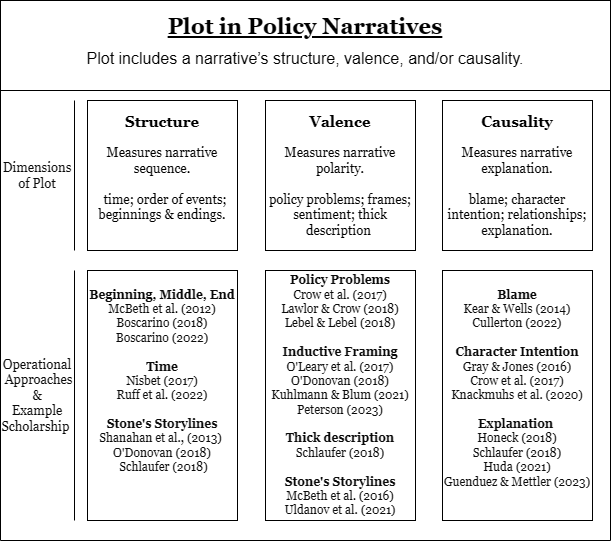
Above: figures/Figure 4_Transparent.png in JonRuffpolicy/NPF-plot-concepts-2025 (draw.io), before the change. Source tidied: cells renumbered, new cells last; positions are measured from the earlier drawing's top-left corner, leaving out a move shared by most shapes.
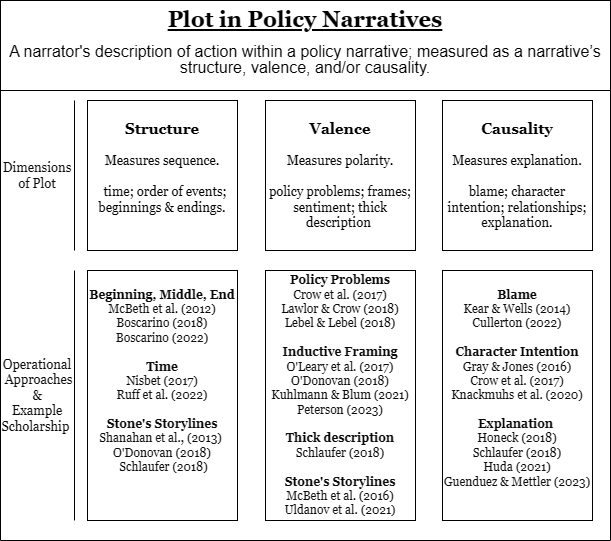
The same diagram one commit later.

What changed in the source:
```diff
@@ -5,16 +5,16 @@
     <mxCell id="2" style="swimlane;html=1;startSize=0;horizontal=1;containerType=tree;glass=0;" parent="1" vertex="1">
       <mxGeometry width="610" height="540" as="geometry" />
     </mxCell>
-    <mxCell id="3" value="&lt;p style=&quot;line-height: 100%;&quot;&gt;&lt;b style=&quot;font-size: 22px; font-family: Georgia; background-color: initial;&quot;&gt;&lt;u&gt;Plot in Policy Narratives&lt;/u&gt;&lt;/b&gt;&lt;br&gt;&lt;/p&gt;&lt;p style=&quot;line-height: 100%; font-size: 14px;&quot;&gt;&lt;span style=&quot;font-size:12.0pt;line-height:107%;&amp;lt;br/&amp;gt;font-family:&amp;quot;Cambria&amp;quot;,serif;mso-fareast-font-family:Calibri;mso-fareast-theme-font:&amp;lt;br/&amp;gt;minor-latin;mso-bidi-font-family:Calibri;mso-bidi-theme-font:minor-latin;&amp;lt;br/&amp;gt;mso-ansi-language:EN-US;mso-fareast-language:EN-US;mso-bidi-language:AR-SA&quot;&gt;Plot includes a narrative’s structure, valence, and/or causality.&lt;/span&gt;&lt;/p&gt;&lt;p&gt;&lt;/p&gt;" style="rounded=0;whiteSpace=wrap;html=1;fillColor=none;" parent="2" vertex="1">
+    <mxCell id="3" value="&lt;p style=&quot;line-height: 100%;&quot;&gt;&lt;b style=&quot;font-size: 22px; font-family: Georgia; background-color: initial;&quot;&gt;&lt;u&gt;Plot in Policy Narratives&lt;/u&gt;&lt;/b&gt;&lt;br&gt;&lt;/p&gt;&lt;p style=&quot;line-height: 100%; font-size: 14px;&quot;&gt;&lt;span style=&quot;font-size:12.0pt;line-height:107%;&amp;lt;br/&amp;gt;font-family:&amp;quot;Cambria&amp;quot;,serif;mso-fareast-font-family:Calibri;mso-fareast-theme-font:&amp;lt;br/&amp;gt;minor-latin;mso-bidi-font-family:Calibri;mso-bidi-theme-font:minor-latin;&amp;lt;br/&amp;gt;mso-ansi-language:EN-US;mso-fareast-language:EN-US;mso-bidi-language:AR-SA&quot;&gt;A narrator's description of action within a policy narrative;&lt;/span&gt;&lt;span style=&quot;background-color: transparent; color: light-dark(rgb(0, 0, 0), rgb(255, 255, 255)); font-size: 12pt;&quot;&gt;&amp;nbsp;measured as a narrative’s structure, valence, and/or causality.&lt;/span&gt;&lt;/p&gt;&lt;p&gt;&lt;/p&gt;" style="rounded=0;whiteSpace=wrap;html=1;fillColor=none;" parent="2" vertex="1">
       <mxGeometry width="610" height="90" as="geometry" />
     </mxCell>
-    <mxCell id="4" value="&lt;font style=&quot;&quot; face=&quot;Georgia&quot;&gt;&lt;b style=&quot;&quot;&gt;&lt;font style=&quot;font-size: 15px;&quot;&gt;Structure&lt;/font&gt;&lt;br&gt;&lt;/b&gt;&lt;br&gt;&lt;span style=&quot;font-size: 13px;&quot;&gt;Measures narrative sequence.&lt;/span&gt;&lt;/font&gt;&lt;div&gt;&lt;font face=&quot;Georgia&quot;&gt;&lt;span style=&quot;font-size: 13px;&quot;&gt;&lt;br&gt;&lt;/span&gt;&lt;/font&gt;&lt;div&gt;&lt;font style=&quot;font-size: 13px;&quot; face=&quot;Georgia&quot;&gt;&amp;nbsp; time; order of events; beginnings &amp;amp; endings.&lt;/font&gt;&lt;/div&gt;&lt;/div&gt;&lt;div&gt;&lt;font style=&quot;font-size: 13px;&quot; face=&quot;Georgia&quot;&gt;&lt;br&gt;&lt;/font&gt;&lt;/div&gt;" style="whiteSpace=wrap;html=1;fontSize=12;fillColor=none;" parent="2" vertex="1">
+    <mxCell id="4" value="&lt;font style=&quot;&quot; face=&quot;Georgia&quot;&gt;&lt;b style=&quot;&quot;&gt;&lt;font style=&quot;font-size: 15px;&quot;&gt;Structure&lt;/font&gt;&lt;br&gt;&lt;/b&gt;&lt;br&gt;&lt;span style=&quot;font-size: 13px;&quot;&gt;Measures sequence.&lt;/span&gt;&lt;/font&gt;&lt;div&gt;&lt;font face=&quot;Georgia&quot;&gt;&lt;span style=&quot;font-size: 13px;&quot;&gt;&lt;br&gt;&lt;/span&gt;&lt;/font&gt;&lt;div&gt;&lt;font style=&quot;font-size: 13px;&quot; face=&quot;Georgia&quot;&gt;&amp;nbsp; time; order of events; beginnings &amp;amp; endings.&lt;/font&gt;&lt;/div&gt;&lt;/div&gt;&lt;div&gt;&lt;font style=&quot;font-size: 13px;&quot; face=&quot;Georgia&quot;&gt;&lt;br&gt;&lt;/font&gt;&lt;/div&gt;" style="whiteSpace=wrap;html=1;fontSize=12;fillColor=none;" parent="2" vertex="1">
       <mxGeometry x="87" y="100" width="150" height="150" as="geometry" />
     </mxCell>
-    <mxCell id="5" value="&lt;font style=&quot;&quot; face=&quot;Georgia&quot;&gt;&lt;b style=&quot;&quot;&gt;&lt;font style=&quot;font-size: 15px;&quot;&gt;Valence&lt;/font&gt;&lt;br&gt;&lt;/b&gt;&lt;br&gt;&lt;span style=&quot;font-size: 13px;&quot;&gt;Measures narrative polarity.&lt;/span&gt;&lt;/font&gt;&lt;div&gt;&lt;font style=&quot;font-size: 13px;&quot; face=&quot;Georgia&quot;&gt;&lt;br&gt;&lt;/font&gt;&lt;/div&gt;&lt;div&gt;&lt;font style=&quot;font-size: 13px;&quot; face=&quot;Georgia&quot;&gt;policy problems; frames; sentiment; thick description&amp;nbsp;&lt;/font&gt;&lt;/div&gt;" style="whiteSpace=wrap;html=1;fontSize=12;fillColor=none;" parent="2" vertex="1">
+    <mxCell id="5" value="&lt;font style=&quot;&quot; face=&quot;Georgia&quot;&gt;&lt;b style=&quot;&quot;&gt;&lt;font style=&quot;font-size: 15px;&quot;&gt;Valence&lt;/font&gt;&lt;br&gt;&lt;/b&gt;&lt;br&gt;&lt;span style=&quot;font-size: 13px;&quot;&gt;Measures polarity.&lt;/span&gt;&lt;/font&gt;&lt;div&gt;&lt;font style=&quot;font-size: 13px;&quot; face=&quot;Georgia&quot;&gt;&lt;br&gt;&lt;/font&gt;&lt;/div&gt;&lt;div&gt;&lt;font style=&quot;font-size: 13px;&quot; face=&quot;Georgia&quot;&gt;policy problems; frames; sentiment; thick description&amp;nbsp;&lt;/font&gt;&lt;/div&gt;" style="whiteSpace=wrap;html=1;fontSize=12;fillColor=none;" parent="2" vertex="1">
       <mxGeometry x="265" y="100" width="150" height="150" as="geometry" />
     </mxCell>
-    <mxCell id="6" value="&lt;font style=&quot;&quot; face=&quot;Georgia&quot;&gt;&lt;b style=&quot;&quot;&gt;&lt;font style=&quot;font-size: 15px;&quot;&gt;Causality&lt;/font&gt;&lt;br&gt;&lt;/b&gt;&lt;br&gt;&lt;span style=&quot;font-size: 13px;&quot;&gt;Measures narrative explanation.&lt;/span&gt;&lt;/font&gt;&lt;div&gt;&lt;font style=&quot;font-size: 13px;&quot; face=&quot;Georgia&quot;&gt;&lt;br&gt;&lt;/font&gt;&lt;/div&gt;&lt;div&gt;&lt;font style=&quot;font-size: 13px;&quot; face=&quot;Georgia&quot;&gt;blame; character intention; relationships; explanation.&lt;/font&gt;&lt;/div&gt;" style="whiteSpace=wrap;html=1;fontSize=12;fillColor=none;" parent="2" vertex="1">
+    <mxCell id="6" value="&lt;font style=&quot;&quot; face=&quot;Georgia&quot;&gt;&lt;b style=&quot;&quot;&gt;&lt;font style=&quot;font-size: 15px;&quot;&gt;Causality&lt;/font&gt;&lt;br&gt;&lt;/b&gt;&lt;br&gt;&lt;span style=&quot;font-size: 13px;&quot;&gt;Measures explanation.&lt;/span&gt;&lt;/font&gt;&lt;div&gt;&lt;font style=&quot;font-size: 13px;&quot; face=&quot;Georgia&quot;&gt;&lt;br&gt;&lt;/font&gt;&lt;/div&gt;&lt;div&gt;&lt;font style=&quot;font-size: 13px;&quot; face=&quot;Georgia&quot;&gt;blame; character intention; relationships; explanation.&lt;/font&gt;&lt;/div&gt;" style="whiteSpace=wrap;html=1;fontSize=12;fillColor=none;" parent="2" vertex="1">
       <mxGeometry x="442" y="100" width="150" height="150" as="geometry" />
     </mxCell>
     <mxCell id="7" value="&lt;font face=&quot;Georgia&quot; style=&quot;font-size: 13px;&quot; color=&quot;#0a0a0a&quot;&gt;Dimensions of Plot&lt;/font&gt;" style="shape=partialRectangle;whiteSpace=wrap;html=1;bottom=0;top=0;fillColor=none;fontSize=12;fontColor=#fbf3f3;" parent="2" vertex="1">
```
